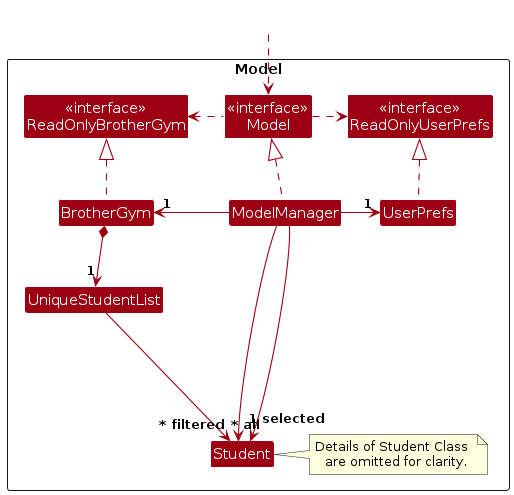
Before: diagrams/ModelClassDiagram.png, a diagram exported from PlantUML (AY2627S1-CS2103T-T11-4/tp). Its source is kept beside it as diagrams/ModelClassDiagram.puml.
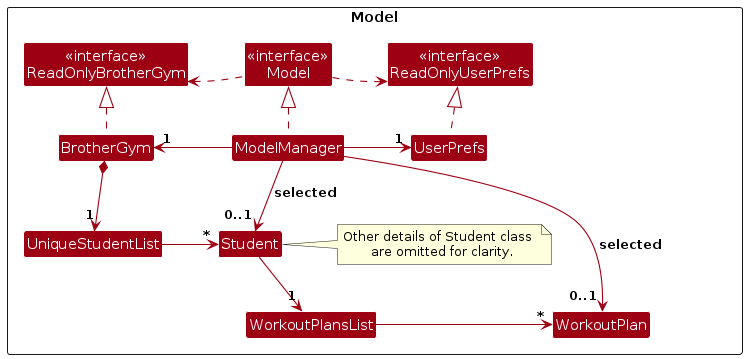
Above is the later version.

What changed in the source:
```diff
@@ -1,6 +1,8 @@
 @startuml
 !include style.puml
 skinparam arrowThickness 1.1
+skinparam nodesep 55
+skinparam ranksep 45
 skinparam arrowColor MODEL_COLOR
 skinparam classBackgroundColor MODEL_COLOR
 
@@ -14,15 +16,14 @@
 
 Class UniqueStudentList
 Class Student
+Class WorkoutPlan
+Class WorkoutPlansList
 
-Class I #FFFFFF
 
-note "Details of Student Class \n are omitted for clarity." as N1
+note "Other details of Student class \n are omitted for clarity." as N1
 
 }
 
-Class HiddenOutside #FFFFFF
-HiddenOutside ..> Model
 
 BrotherGym .up.|> ReadOnlyBrotherGym
 
@@ -33,14 +34,17 @@
 ModelManager -right-> "1" UserPrefs
 UserPrefs .up.|> ReadOnlyUserPrefs
 
+ReadOnlyBrotherGym -[hidden]right-> Model
+Model -[hidden]right-> ReadOnlyUserPrefs
+
 BrotherGym *--> "1" UniqueStudentList
-UniqueStudentList --> "~* all" Student
+UniqueStudentList -right-> "*" Student
 
-Student -[hidden]up--> I
-UniqueStudentList -[hidden]right-> I
+Student -down-> "1" WorkoutPlansList
+WorkoutPlansList -right-> "*" WorkoutPlan
 
 Student -right- N1
 
-ModelManager --> "~* filtered" Student
-ModelManager --> "1 selected" Student
+ModelManager -down-> "0..1" Student : selected
+ModelManager -down-> "0..1" WorkoutPlan : selected
 @enduml
```
